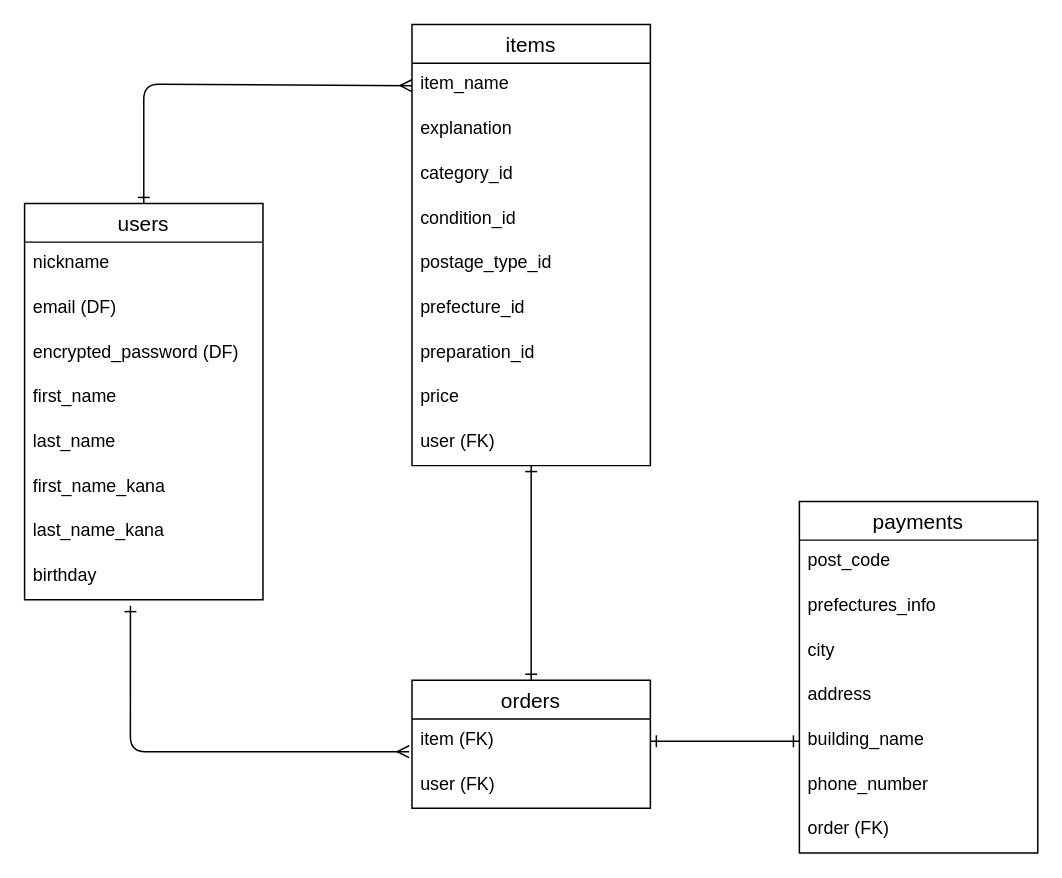
Before: FURIMA-38877.dio in NRM129/furima-38877, a draw.io diagram. Source tidied: cells renumbered, new cells numbered last; positions are measured from the earlier drawing's top-left corner, leaving out a move shared by most shapes. Both pictures are drawn from the tidied source at 149%, with x=0, y=0 at pixel (24, 24).
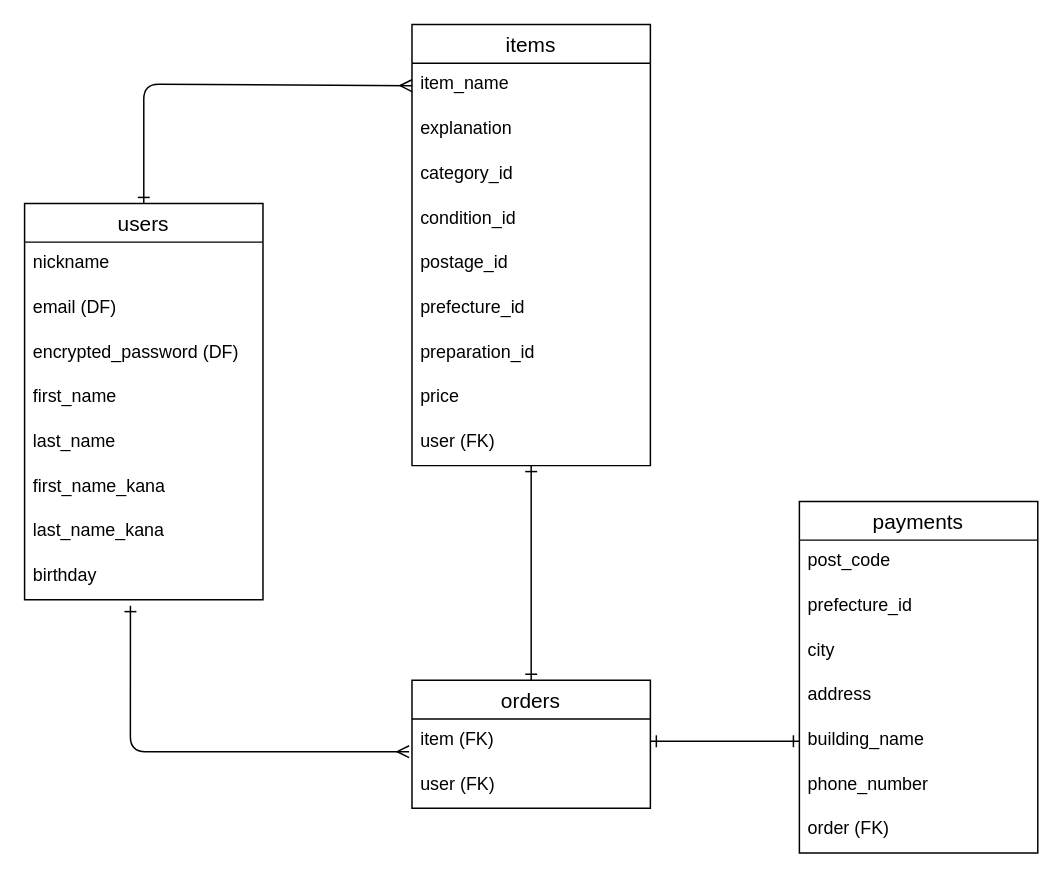
The same page after the edit.

The change refers to these unchanged cells:
```xml
<mxCell id="11" value="items" style="swimlane;fontStyle=0;horizontal=1;startSize=26;align=center;fontSize=14;" parent="1" vertex="1">
  <mxGeometry x="260" width="160" height="296" as="geometry" />
</mxCell>
<mxCell id="25" value="payments" style="swimlane;fontStyle=0;horizontal=1;startSize=26;align=center;fontSize=14;" parent="1" vertex="1">
  <mxGeometry x="520" y="320" width="160" height="236" as="geometry" />
</mxCell>
```

Diff of the diagram source:
```diff
@@
-    <mxCell id="16" value="postage_type_id" style="text;strokeColor=none;fillColor=none;spacingLeft=4;spacingRight=4;overflow=hidden;fontSize=12;" parent="11" vertex="1">
+    <mxCell id="16" value="postage_id" style="text;strokeColor=none;fillColor=none;spacingLeft=4;spacingRight=4;overflow=hidden;fontSize=12;" parent="11" vertex="1">
       <mxGeometry y="146" width="160" height="30" as="geometry" />
     </mxCell>
@@
-    <mxCell id="27" value="prefectures_info" style="text;strokeColor=none;fillColor=none;spacingLeft=4;spacingRight=4;overflow=hidden;fontSize=12;" parent="25" vertex="1">
+    <mxCell id="27" value="prefecture_id" style="text;strokeColor=none;fillColor=none;spacingLeft=4;spacingRight=4;overflow=hidden;fontSize=12;" parent="25" vertex="1">
       <mxGeometry y="56" width="160" height="30" as="geometry" />
     </mxCell>
```
